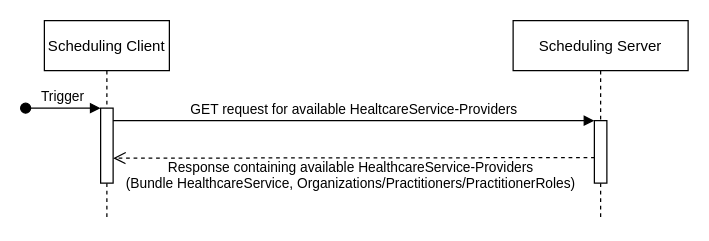
Above: input/images/interactions/find-healthcareService-Providers.drawio in HL7Austria/TC-FHIR-AG-Scheduling-R5 (draw.io), before the change. Source tidied: cells renumbered, new cells numbered last; positions are measured from the earlier drawing's top-left corner, leaving out a move shared by most shapes. Both pictures are drawn from the tidied source at 125%, with x=0, y=0 at pixel (25, 20).
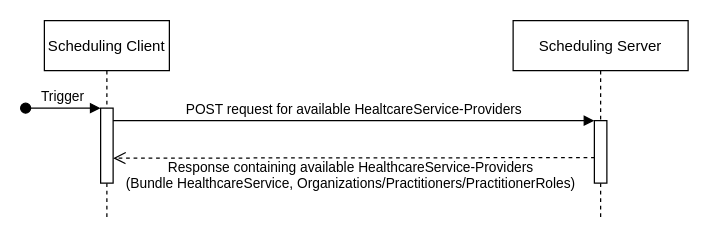
Above is the later version.

Commit message (it also covers changes not shown here):
#28 change HTTP method in diagram of $findHSP Operation from GET to POST

Change to the diagram source:
```diff
@@
 <mxGraphModel>
   <root>
     <mxCell id="0" />
     <mxCell id="1" parent="0" />
     <mxCell id="2" value="Scheduling Server" style="shape=umlLifeline;perimeter=lifelinePerimeter;rounded=0;shadow=0;strokeWidth=1;" parent="1" vertex="1">
       <mxGeometry x="390" width="140" height="160" as="geometry" />
     </mxCell>
     <mxCell id="3" style="points=[];perimeter=orthogonalPerimeter;rounded=0;shadow=0;strokeWidth=1;" parent="2" vertex="1">
       <mxGeometry x="65" y="80" width="10" height="50" as="geometry" />
     </mxCell>
     <mxCell id="4" value="Scheduling Client" style="shape=umlLifeline;perimeter=lifelinePerimeter;rounded=0;shadow=0;strokeWidth=1;" parent="1" vertex="1">
       <mxGeometry x="15" width="100" height="160" as="geometry" />
     </mxCell>
     <mxCell id="5" style="points=[];perimeter=orthogonalPerimeter;rounded=0;shadow=0;strokeWidth=1;" parent="4" vertex="1">
       <mxGeometry x="45" y="70" width="10" height="60" as="geometry" />
     </mxCell>
     <mxCell id="6" value="Trigger" style="verticalAlign=bottom;startArrow=oval;endArrow=block;startSize=8;shadow=0;strokeWidth=1;" parent="4" edge="1" target="5">
       <mxGeometry relative="1" as="geometry">
         <mxPoint x="-15" y="70" as="sourcePoint" />
       </mxGeometry>
     </mxCell>
-    <mxCell id="7" value="GET request for available HealtcareService-Providers" style="verticalAlign=bottom;endArrow=block;entryX=0;entryY=0;shadow=0;strokeWidth=1;" parent="1" edge="1" source="5" target="3">
+    <mxCell id="7" value="POST request for available HealtcareService-Providers" style="verticalAlign=bottom;endArrow=block;entryX=0;entryY=0;shadow=0;strokeWidth=1;" parent="1" edge="1" source="5" target="3">
       <mxGeometry relative="1" as="geometry" />
     </mxCell>
     <mxCell id="8" value="Response containing available HealthcareService-Providers&#10;(Bundle HealthcareService, Organizations/Practitioners/PractitionerRoles)" style="verticalAlign=bottom;endArrow=open;dashed=1;endSize=8;exitX=0.036;exitY=0.592;shadow=0;strokeWidth=1;entryX=1;entryY=0.667;entryDx=0;entryDy=0;entryPerimeter=0;exitDx=0;exitDy=0;exitPerimeter=0;" parent="1" edge="1" source="3" target="5">
       <mxGeometry x="0.01" y="30" relative="1" as="geometry" />
     </mxCell>
   </root>
 </mxGraphModel>
```
